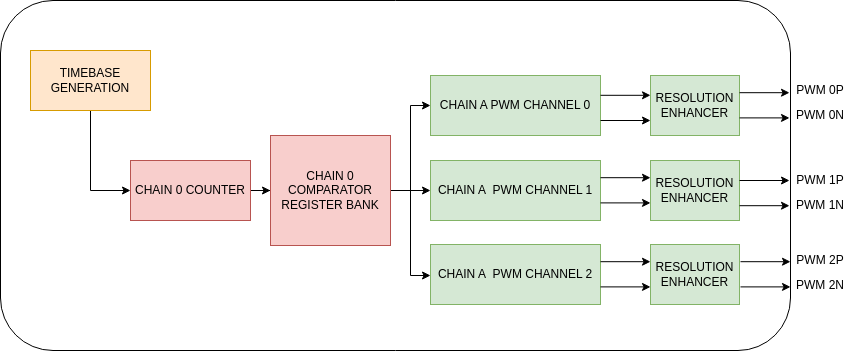
uscope-platform/uscope_hdl keeps this draw.io diagram as Applications/simple_vsi_base/docs/PWM.png. Above is the earlier version. Source tidied: cells renumbered, new cells last; positions are measured from the earlier drawing's top-left corner, leaving out a move shared by most shapes. The source it was exported from:
```xml
<mxGraphModel>
  <root>
    <mxCell id="0" />
    <mxCell id="1" parent="0" />
    <mxCell id="2" style="rounded=1;whiteSpace=wrap;html=1;" parent="1" vertex="1">
      <mxGeometry width="790" height="350" as="geometry" />
    </mxCell>
    <mxCell id="3" style="edgeStyle=orthogonalEdgeStyle;rounded=0;jettySize=auto;html=1;exitX=0.5;exitY=1;exitDx=0;exitDy=0;entryX=0;entryY=0.5;entryDx=0;entryDy=0;" parent="1" edge="1" source="4" target="6">
      <mxGeometry relative="1" as="geometry" />
    </mxCell>
    <mxCell id="4" value="TIMEBASE GENERATION" style="rounded=0;whiteSpace=wrap;html=1;fillColor=#ffe6cc;strokeColor=#d79b00;" parent="1" vertex="1">
      <mxGeometry x="30" y="50" width="120" height="60" as="geometry" />
    </mxCell>
    <mxCell id="5" style="edgeStyle=orthogonalEdgeStyle;rounded=0;jettySize=auto;html=1;" parent="1" edge="1" source="6" target="10">
      <mxGeometry relative="1" as="geometry" />
    </mxCell>
    <mxCell id="6" value="CHAIN 0 COUNTER" style="rounded=0;whiteSpace=wrap;html=1;fillColor=#f8cecc;strokeColor=#b85450;" parent="1" vertex="1">
      <mxGeometry x="130" y="160" width="120" height="60" as="geometry" />
    </mxCell>
    <mxCell id="7" style="edgeStyle=orthogonalEdgeStyle;rounded=0;jettySize=auto;html=1;exitX=1;exitY=0.5;exitDx=0;exitDy=0;" parent="1" edge="1" source="10" target="12">
      <mxGeometry relative="1" as="geometry" />
    </mxCell>
    <mxCell id="8" style="edgeStyle=orthogonalEdgeStyle;rounded=0;jettySize=auto;html=1;exitX=1;exitY=0.5;exitDx=0;exitDy=0;" parent="1" edge="1" source="10" target="13">
      <mxGeometry relative="1" as="geometry">
        <Array as="points">
          <mxPoint x="410" y="190" />
          <mxPoint x="410" y="275" />
        </Array>
      </mxGeometry>
    </mxCell>
    <mxCell id="9" style="edgeStyle=orthogonalEdgeStyle;rounded=0;jettySize=auto;html=1;exitX=1;exitY=0.5;exitDx=0;exitDy=0;" parent="1" edge="1" source="10" target="11">
      <mxGeometry relative="1" as="geometry" />
    </mxCell>
    <mxCell id="10" value="CHAIN 0 COMPARATOR REGISTER BANK" style="rounded=0;whiteSpace=wrap;html=1;fillColor=#f8cecc;strokeColor=#b85450;" parent="1" vertex="1">
      <mxGeometry x="270" y="135" width="120" height="110" as="geometry" />
    </mxCell>
    <mxCell id="11" value="CHAIN A PWM CHANNEL 0" style="rounded=0;whiteSpace=wrap;html=1;fillColor=#d5e8d4;strokeColor=#82b366;" parent="1" vertex="1">
      <mxGeometry x="430" y="75" width="170" height="60" as="geometry" />
    </mxCell>
    <mxCell id="12" value="CHAIN A&amp;nbsp; PWM CHANNEL 1" style="rounded=0;whiteSpace=wrap;html=1;fillColor=#d5e8d4;strokeColor=#82b366;" parent="1" vertex="1">
      <mxGeometry x="430" y="160" width="170" height="60" as="geometry" />
    </mxCell>
    <mxCell id="13" value="CHAIN A&amp;nbsp; PWM CHANNEL 2" style="rounded=0;whiteSpace=wrap;html=1;fillColor=#d5e8d4;strokeColor=#82b366;" parent="1" vertex="1">
      <mxGeometry x="430" y="244" width="170" height="60" as="geometry" />
    </mxCell>
    <mxCell id="14" value="RESOLUTION&lt;div&gt;ENHANCER&lt;/div&gt;" style="rounded=0;whiteSpace=wrap;html=1;fillColor=#d5e8d4;strokeColor=#82b366;" parent="1" vertex="1">
      <mxGeometry x="650" y="75" width="89" height="60" as="geometry" />
    </mxCell>
    <mxCell id="15" value="RESOLUTION&lt;div&gt;ENHANCER&lt;/div&gt;" style="rounded=0;whiteSpace=wrap;html=1;fillColor=#d5e8d4;strokeColor=#82b366;" parent="1" vertex="1">
      <mxGeometry x="650" y="160" width="89" height="60" as="geometry" />
    </mxCell>
    <mxCell id="16" value="RESOLUTION&lt;div&gt;ENHANCER&lt;/div&gt;" style="rounded=0;whiteSpace=wrap;html=1;fillColor=#d5e8d4;strokeColor=#82b366;" parent="1" vertex="1">
      <mxGeometry x="650" y="244" width="89" height="60" as="geometry" />
    </mxCell>
    <mxCell id="17" value="PWM 0P" style="text;html=1;align=center;verticalAlign=middle;whiteSpace=wrap;rounded=0;" parent="1" vertex="1">
      <mxGeometry x="790" y="75" width="60" height="30" as="geometry" />
    </mxCell>
    <mxCell id="18" style="edgeStyle=orthogonalEdgeStyle;rounded=0;orthogonalLoop=1;jettySize=auto;html=1;entryX=0;entryY=0.5;entryDx=0;entryDy=0;" parent="1" edge="1">
      <mxGeometry relative="1" as="geometry">
        <mxPoint x="600" y="120" as="sourcePoint" />
        <mxPoint x="650" y="120" as="targetPoint" />
      </mxGeometry>
    </mxCell>
    <mxCell id="19" style="edgeStyle=orthogonalEdgeStyle;rounded=0;orthogonalLoop=1;jettySize=auto;html=1;entryX=0;entryY=0.5;entryDx=0;entryDy=0;" parent="1" edge="1">
      <mxGeometry relative="1" as="geometry">
        <mxPoint x="600" y="94.8" as="sourcePoint" />
        <mxPoint x="650" y="94.8" as="targetPoint" />
      </mxGeometry>
    </mxCell>
    <mxCell id="20" style="edgeStyle=orthogonalEdgeStyle;rounded=0;orthogonalLoop=1;jettySize=auto;html=1;entryX=0;entryY=0.5;entryDx=0;entryDy=0;" parent="1" edge="1">
      <mxGeometry relative="1" as="geometry">
        <mxPoint x="600" y="202.4" as="sourcePoint" />
        <mxPoint x="650" y="202.4" as="targetPoint" />
      </mxGeometry>
    </mxCell>
    <mxCell id="21" style="edgeStyle=orthogonalEdgeStyle;rounded=0;orthogonalLoop=1;jettySize=auto;html=1;entryX=0;entryY=0.5;entryDx=0;entryDy=0;" parent="1" edge="1">
      <mxGeometry relative="1" as="geometry">
        <mxPoint x="600" y="177.2" as="sourcePoint" />
        <mxPoint x="650" y="177.2" as="targetPoint" />
      </mxGeometry>
    </mxCell>
    <mxCell id="22" style="edgeStyle=orthogonalEdgeStyle;rounded=0;orthogonalLoop=1;jettySize=auto;html=1;entryX=0;entryY=0.5;entryDx=0;entryDy=0;" parent="1" edge="1">
      <mxGeometry relative="1" as="geometry">
        <mxPoint x="600" y="286.4" as="sourcePoint" />
        <mxPoint x="650" y="286.4" as="targetPoint" />
      </mxGeometry>
    </mxCell>
    <mxCell id="23" style="edgeStyle=orthogonalEdgeStyle;rounded=0;orthogonalLoop=1;jettySize=auto;html=1;entryX=0;entryY=0.5;entryDx=0;entryDy=0;" parent="1" edge="1">
      <mxGeometry relative="1" as="geometry">
        <mxPoint x="600" y="261.2" as="sourcePoint" />
        <mxPoint x="650" y="261.2" as="targetPoint" />
      </mxGeometry>
    </mxCell>
    <mxCell id="24" style="edgeStyle=orthogonalEdgeStyle;rounded=0;orthogonalLoop=1;jettySize=auto;html=1;entryX=0;entryY=0.5;entryDx=0;entryDy=0;" parent="1" edge="1">
      <mxGeometry relative="1" as="geometry">
        <mxPoint x="739" y="117.4" as="sourcePoint" />
        <mxPoint x="789" y="117.4" as="targetPoint" />
      </mxGeometry>
    </mxCell>
    <mxCell id="25" style="edgeStyle=orthogonalEdgeStyle;rounded=0;orthogonalLoop=1;jettySize=auto;html=1;entryX=0;entryY=0.5;entryDx=0;entryDy=0;" parent="1" edge="1">
      <mxGeometry relative="1" as="geometry">
        <mxPoint x="739" y="92.2" as="sourcePoint" />
        <mxPoint x="789" y="92.2" as="targetPoint" />
      </mxGeometry>
    </mxCell>
    <mxCell id="26" style="edgeStyle=orthogonalEdgeStyle;rounded=0;orthogonalLoop=1;jettySize=auto;html=1;entryX=0;entryY=0.5;entryDx=0;entryDy=0;" parent="1" edge="1">
      <mxGeometry relative="1" as="geometry">
        <mxPoint x="739" y="205.2" as="sourcePoint" />
        <mxPoint x="789" y="205.2" as="targetPoint" />
      </mxGeometry>
    </mxCell>
    <mxCell id="27" style="edgeStyle=orthogonalEdgeStyle;rounded=0;orthogonalLoop=1;jettySize=auto;html=1;entryX=0;entryY=0.5;entryDx=0;entryDy=0;" parent="1" edge="1">
      <mxGeometry relative="1" as="geometry">
        <mxPoint x="739" y="180" as="sourcePoint" />
        <mxPoint x="789" y="180" as="targetPoint" />
      </mxGeometry>
    </mxCell>
    <mxCell id="28" style="edgeStyle=orthogonalEdgeStyle;rounded=0;orthogonalLoop=1;jettySize=auto;html=1;entryX=0;entryY=0.5;entryDx=0;entryDy=0;" parent="1" edge="1">
      <mxGeometry relative="1" as="geometry">
        <mxPoint x="740" y="286.4" as="sourcePoint" />
        <mxPoint x="790" y="286.4" as="targetPoint" />
      </mxGeometry>
    </mxCell>
    <mxCell id="29" style="edgeStyle=orthogonalEdgeStyle;rounded=0;orthogonalLoop=1;jettySize=auto;html=1;entryX=0;entryY=0.5;entryDx=0;entryDy=0;" parent="1" edge="1">
      <mxGeometry relative="1" as="geometry">
        <mxPoint x="740" y="261.2" as="sourcePoint" />
        <mxPoint x="790" y="261.2" as="targetPoint" />
      </mxGeometry>
    </mxCell>
    <mxCell id="30" value="PWM 0N" style="text;html=1;align=center;verticalAlign=middle;whiteSpace=wrap;rounded=0;" parent="1" vertex="1">
      <mxGeometry x="790" y="100" width="60" height="30" as="geometry" />
    </mxCell>
    <mxCell id="31" value="PWM 1P" style="text;html=1;align=center;verticalAlign=middle;whiteSpace=wrap;rounded=0;" parent="1" vertex="1">
      <mxGeometry x="790" y="165" width="60" height="30" as="geometry" />
    </mxCell>
    <mxCell id="32" value="PWM 1N" style="text;html=1;align=center;verticalAlign=middle;whiteSpace=wrap;rounded=0;" parent="1" vertex="1">
      <mxGeometry x="790" y="190" width="60" height="30" as="geometry" />
    </mxCell>
    <mxCell id="33" value="PWM 2P" style="text;html=1;align=center;verticalAlign=middle;whiteSpace=wrap;rounded=0;" parent="1" vertex="1">
      <mxGeometry x="790" y="245" width="60" height="30" as="geometry" />
    </mxCell>
    <mxCell id="34" value="PWM 2N" style="text;html=1;align=center;verticalAlign=middle;whiteSpace=wrap;rounded=0;" parent="1" vertex="1">
      <mxGeometry x="790" y="270" width="60" height="30" as="geometry" />
    </mxCell>
  </root>
</mxGraphModel>
```
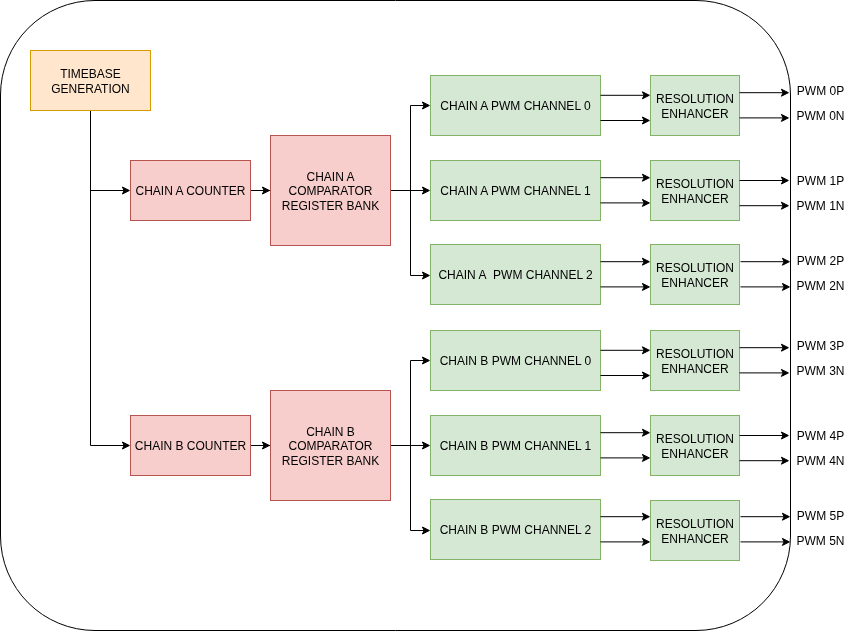
Later version of the same file.

Diff of the diagram source:
```diff
@@ -3,18 +3,21 @@
     <mxCell id="0" />
     <mxCell id="1" parent="0" />
     <mxCell id="2" style="rounded=1;whiteSpace=wrap;html=1;" parent="1" vertex="1">
-      <mxGeometry width="790" height="350" as="geometry" />
+      <mxGeometry width="790" height="630" as="geometry" />
     </mxCell>
     <mxCell id="3" style="edgeStyle=orthogonalEdgeStyle;rounded=0;jettySize=auto;html=1;exitX=0.5;exitY=1;exitDx=0;exitDy=0;entryX=0;entryY=0.5;entryDx=0;entryDy=0;" parent="1" edge="1" source="4" target="6">
       <mxGeometry relative="1" as="geometry" />
     </mxCell>
+    <mxCell id="35" style="edgeStyle=orthogonalEdgeStyle;rounded=0;jettySize=auto;html=1;exitX=0.5;exitY=1;exitDx=0;exitDy=0;entryX=0;entryY=0.5;entryDx=0;entryDy=0;" parent="1" edge="1" source="4" target="37">
+      <mxGeometry relative="1" as="geometry" />
+    </mxCell>
     <mxCell id="4" value="TIMEBASE GENERATION" style="rounded=0;whiteSpace=wrap;html=1;fillColor=#ffe6cc;strokeColor=#d79b00;" parent="1" vertex="1">
       <mxGeometry x="30" y="50" width="120" height="60" as="geometry" />
     </mxCell>
     <mxCell id="5" style="edgeStyle=orthogonalEdgeStyle;rounded=0;jettySize=auto;html=1;" parent="1" edge="1" source="6" target="10">
       <mxGeometry relative="1" as="geometry" />
     </mxCell>
-    <mxCell id="6" value="CHAIN 0 COUNTER" style="rounded=0;whiteSpace=wrap;html=1;fillColor=#f8cecc;strokeColor=#b85450;" parent="1" vertex="1">
+    <mxCell id="6" value="CHAIN A COUNTER" style="rounded=0;whiteSpace=wrap;html=1;fillColor=#f8cecc;strokeColor=#b85450;" parent="1" vertex="1">
       <mxGeometry x="130" y="160" width="120" height="60" as="geometry" />
     </mxCell>
     <mxCell id="7" style="edgeStyle=orthogonalEdgeStyle;rounded=0;jettySize=auto;html=1;exitX=1;exitY=0.5;exitDx=0;exitDy=0;" parent="1" edge="1" source="10" target="12">
@@ -31,13 +34,13 @@
     <mxCell id="9" style="edgeStyle=orthogonalEdgeStyle;rounded=0;jettySize=auto;html=1;exitX=1;exitY=0.5;exitDx=0;exitDy=0;" parent="1" edge="1" source="10" target="11">
       <mxGeometry relative="1" as="geometry" />
     </mxCell>
-    <mxCell id="10" value="CHAIN 0 COMPARATOR REGISTER BANK" style="rounded=0;whiteSpace=wrap;html=1;fillColor=#f8cecc;strokeColor=#b85450;" parent="1" vertex="1">
+    <mxCell id="10" value="CHAIN A COMPARATOR REGISTER BANK" style="rounded=0;whiteSpace=wrap;html=1;fillColor=#f8cecc;strokeColor=#b85450;" parent="1" vertex="1">
       <mxGeometry x="270" y="135" width="120" height="110" as="geometry" />
     </mxCell>
     <mxCell id="11" value="CHAIN A PWM CHANNEL 0" style="rounded=0;whiteSpace=wrap;html=1;fillColor=#d5e8d4;strokeColor=#82b366;" parent="1" vertex="1">
       <mxGeometry x="430" y="75" width="170" height="60" as="geometry" />
     </mxCell>
-    <mxCell id="12" value="CHAIN A&amp;nbsp; PWM CHANNEL 1" style="rounded=0;whiteSpace=wrap;html=1;fillColor=#d5e8d4;strokeColor=#82b366;" parent="1" vertex="1">
+    <mxCell id="12" value="CHAIN A PWM CHANNEL 1" style="rounded=0;whiteSpace=wrap;html=1;fillColor=#d5e8d4;strokeColor=#82b366;" parent="1" vertex="1">
       <mxGeometry x="430" y="160" width="170" height="60" as="geometry" />
     </mxCell>
     <mxCell id="13" value="CHAIN A&amp;nbsp; PWM CHANNEL 2" style="rounded=0;whiteSpace=wrap;html=1;fillColor=#d5e8d4;strokeColor=#82b366;" parent="1" vertex="1">
@@ -142,5 +145,136 @@
     <mxCell id="34" value="PWM 2N" style="text;html=1;align=center;verticalAlign=middle;whiteSpace=wrap;rounded=0;" parent="1" vertex="1">
       <mxGeometry x="790" y="270" width="60" height="30" as="geometry" />
     </mxCell>
+    <mxCell id="36" style="edgeStyle=orthogonalEdgeStyle;rounded=0;jettySize=auto;html=1;" parent="1" edge="1" source="37" target="41">
+      <mxGeometry relative="1" as="geometry" />
+    </mxCell>
+    <mxCell id="37" value="CHAIN B COUNTER" style="rounded=0;whiteSpace=wrap;html=1;fillColor=#f8cecc;strokeColor=#b85450;" parent="1" vertex="1">
+      <mxGeometry x="130" y="415" width="120" height="60" as="geometry" />
+    </mxCell>
+    <mxCell id="38" style="edgeStyle=orthogonalEdgeStyle;rounded=0;jettySize=auto;html=1;exitX=1;exitY=0.5;exitDx=0;exitDy=0;" parent="1" edge="1" source="41" target="43">
+      <mxGeometry relative="1" as="geometry" />
+    </mxCell>
+    <mxCell id="39" style="edgeStyle=orthogonalEdgeStyle;rounded=0;jettySize=auto;html=1;exitX=1;exitY=0.5;exitDx=0;exitDy=0;" parent="1" edge="1" source="41" target="44">
+      <mxGeometry relative="1" as="geometry">
+        <Array as="points">
+          <mxPoint x="410" y="445" />
+          <mxPoint x="410" y="530" />
+        </Array>
+      </mxGeometry>
+    </mxCell>
+    <mxCell id="40" style="edgeStyle=orthogonalEdgeStyle;rounded=0;jettySize=auto;html=1;exitX=1;exitY=0.5;exitDx=0;exitDy=0;" parent="1" edge="1" source="41" target="42">
+      <mxGeometry relative="1" as="geometry" />
+    </mxCell>
+    <mxCell id="41" value="CHAIN B COMPARATOR REGISTER BANK" style="rounded=0;whiteSpace=wrap;html=1;fillColor=#f8cecc;strokeColor=#b85450;" parent="1" vertex="1">
+      <mxGeometry x="270" y="390" width="120" height="110" as="geometry" />
+    </mxCell>
+    <mxCell id="42" value="CHAIN B PWM CHANNEL 0" style="rounded=0;whiteSpace=wrap;html=1;fillColor=#d5e8d4;strokeColor=#82b366;" parent="1" vertex="1">
+      <mxGeometry x="430" y="330" width="170" height="60" as="geometry" />
+    </mxCell>
+    <mxCell id="43" value="CHAIN B PWM CHANNEL 1" style="rounded=0;whiteSpace=wrap;html=1;fillColor=#d5e8d4;strokeColor=#82b366;" parent="1" vertex="1">
+      <mxGeometry x="430" y="415" width="170" height="60" as="geometry" />
+    </mxCell>
+    <mxCell id="44" value="CHAIN B PWM CHANNEL 2" style="rounded=0;whiteSpace=wrap;html=1;fillColor=#d5e8d4;strokeColor=#82b366;" parent="1" vertex="1">
+      <mxGeometry x="430" y="499" width="170" height="60" as="geometry" />
+    </mxCell>
+    <mxCell id="45" value="RESOLUTION&lt;div&gt;ENHANCER&lt;/div&gt;" style="rounded=0;whiteSpace=wrap;html=1;fillColor=#d5e8d4;strokeColor=#82b366;" parent="1" vertex="1">
+      <mxGeometry x="650" y="330" width="89" height="60" as="geometry" />
+    </mxCell>
+    <mxCell id="46" value="RESOLUTION&lt;div&gt;ENHANCER&lt;/div&gt;" style="rounded=0;whiteSpace=wrap;html=1;fillColor=#d5e8d4;strokeColor=#82b366;" parent="1" vertex="1">
+      <mxGeometry x="650" y="415" width="89" height="60" as="geometry" />
+    </mxCell>
+    <mxCell id="47" value="PWM 3P" style="text;html=1;align=center;verticalAlign=middle;whiteSpace=wrap;rounded=0;" parent="1" vertex="1">
+      <mxGeometry x="790" y="330" width="60" height="30" as="geometry" />
+    </mxCell>
+    <mxCell id="48" style="edgeStyle=orthogonalEdgeStyle;rounded=0;orthogonalLoop=1;jettySize=auto;html=1;entryX=0;entryY=0.5;entryDx=0;entryDy=0;" parent="1" edge="1">
+      <mxGeometry relative="1" as="geometry">
+        <mxPoint x="600" y="375" as="sourcePoint" />
+        <mxPoint x="650" y="375" as="targetPoint" />
+      </mxGeometry>
+    </mxCell>
+    <mxCell id="49" style="edgeStyle=orthogonalEdgeStyle;rounded=0;orthogonalLoop=1;jettySize=auto;html=1;entryX=0;entryY=0.5;entryDx=0;entryDy=0;" parent="1" edge="1">
+      <mxGeometry relative="1" as="geometry">
+        <mxPoint x="600" y="349.8" as="sourcePoint" />
+        <mxPoint x="650" y="349.8" as="targetPoint" />
+      </mxGeometry>
+    </mxCell>
+    <mxCell id="50" style="edgeStyle=orthogonalEdgeStyle;rounded=0;orthogonalLoop=1;jettySize=auto;html=1;entryX=0;entryY=0.5;entryDx=0;entryDy=0;" parent="1" edge="1">
+      <mxGeometry relative="1" as="geometry">
+        <mxPoint x="600" y="457.4" as="sourcePoint" />
+        <mxPoint x="650" y="457.4" as="targetPoint" />
+      </mxGeometry>
+    </mxCell>
+    <mxCell id="51" style="edgeStyle=orthogonalEdgeStyle;rounded=0;orthogonalLoop=1;jettySize=auto;html=1;entryX=0;entryY=0.5;entryDx=0;entryDy=0;" parent="1" edge="1">
+      <mxGeometry relative="1" as="geometry">
+        <mxPoint x="600" y="432.2" as="sourcePoint" />
+        <mxPoint x="650" y="432.2" as="targetPoint" />
+      </mxGeometry>
+    </mxCell>
+    <mxCell id="52" style="edgeStyle=orthogonalEdgeStyle;rounded=0;orthogonalLoop=1;jettySize=auto;html=1;entryX=0;entryY=0.5;entryDx=0;entryDy=0;" parent="1" edge="1">
+      <mxGeometry relative="1" as="geometry">
+        <mxPoint x="600" y="541.4" as="sourcePoint" />
+        <mxPoint x="650" y="541.4" as="targetPoint" />
+      </mxGeometry>
+    </mxCell>
+    <mxCell id="53" style="edgeStyle=orthogonalEdgeStyle;rounded=0;orthogonalLoop=1;jettySize=auto;html=1;entryX=0;entryY=0.5;entryDx=0;entryDy=0;" parent="1" edge="1">
+      <mxGeometry relative="1" as="geometry">
+        <mxPoint x="600" y="516.2" as="sourcePoint" />
+        <mxPoint x="650" y="516.2" as="targetPoint" />
+      </mxGeometry>
+    </mxCell>
+    <mxCell id="54" style="edgeStyle=orthogonalEdgeStyle;rounded=0;orthogonalLoop=1;jettySize=auto;html=1;entryX=0;entryY=0.5;entryDx=0;entryDy=0;" parent="1" edge="1">
+      <mxGeometry relative="1" as="geometry">
+        <mxPoint x="739" y="372.4" as="sourcePoint" />
+        <mxPoint x="789" y="372.4" as="targetPoint" />
+      </mxGeometry>
+    </mxCell>
+    <mxCell id="55" style="edgeStyle=orthogonalEdgeStyle;rounded=0;orthogonalLoop=1;jettySize=auto;html=1;entryX=0;entryY=0.5;entryDx=0;entryDy=0;" parent="1" edge="1">
+      <mxGeometry relative="1" as="geometry">
+        <mxPoint x="739" y="347.2" as="sourcePoint" />
+        <mxPoint x="789" y="347.2" as="targetPoint" />
+      </mxGeometry>
+    </mxCell>
+    <mxCell id="56" style="edgeStyle=orthogonalEdgeStyle;rounded=0;orthogonalLoop=1;jettySize=auto;html=1;entryX=0;entryY=0.5;entryDx=0;entryDy=0;" parent="1" edge="1">
+      <mxGeometry relative="1" as="geometry">
+        <mxPoint x="739" y="460.2" as="sourcePoint" />
+        <mxPoint x="789" y="460.2" as="targetPoint" />
+      </mxGeometry>
+    </mxCell>
+    <mxCell id="57" style="edgeStyle=orthogonalEdgeStyle;rounded=0;orthogonalLoop=1;jettySize=auto;html=1;entryX=0;entryY=0.5;entryDx=0;entryDy=0;" parent="1" edge="1">
+      <mxGeometry relative="1" as="geometry">
+        <mxPoint x="739" y="435" as="sourcePoint" />
+        <mxPoint x="789" y="435" as="targetPoint" />
+      </mxGeometry>
+    </mxCell>
+    <mxCell id="58" style="edgeStyle=orthogonalEdgeStyle;rounded=0;orthogonalLoop=1;jettySize=auto;html=1;entryX=0;entryY=0.5;entryDx=0;entryDy=0;" parent="1" edge="1">
+      <mxGeometry relative="1" as="geometry">
+        <mxPoint x="740" y="541.4" as="sourcePoint" />
+        <mxPoint x="790" y="541.4" as="targetPoint" />
+      </mxGeometry>
+    </mxCell>
+    <mxCell id="59" style="edgeStyle=orthogonalEdgeStyle;rounded=0;orthogonalLoop=1;jettySize=auto;html=1;entryX=0;entryY=0.5;entryDx=0;entryDy=0;" parent="1" edge="1">
+      <mxGeometry relative="1" as="geometry">
+        <mxPoint x="740" y="516.2" as="sourcePoint" />
+        <mxPoint x="790" y="516.2" as="targetPoint" />
+      </mxGeometry>
+    </mxCell>
+    <mxCell id="60" value="PWM 3N" style="text;html=1;align=center;verticalAlign=middle;whiteSpace=wrap;rounded=0;" parent="1" vertex="1">
+      <mxGeometry x="790" y="355" width="60" height="30" as="geometry" />
+    </mxCell>
+    <mxCell id="61" value="PWM 4P" style="text;html=1;align=center;verticalAlign=middle;whiteSpace=wrap;rounded=0;" parent="1" vertex="1">
+      <mxGeometry x="790" y="420" width="60" height="30" as="geometry" />
+    </mxCell>
+    <mxCell id="62" value="PWM 4N" style="text;html=1;align=center;verticalAlign=middle;whiteSpace=wrap;rounded=0;" parent="1" vertex="1">
+      <mxGeometry x="790" y="445" width="60" height="30" as="geometry" />
+    </mxCell>
+    <mxCell id="63" value="PWM 5P" style="text;html=1;align=center;verticalAlign=middle;whiteSpace=wrap;rounded=0;" parent="1" vertex="1">
+      <mxGeometry x="790" y="500" width="60" height="30" as="geometry" />
+    </mxCell>
+    <mxCell id="64" value="PWM 5N" style="text;html=1;align=center;verticalAlign=middle;whiteSpace=wrap;rounded=0;" parent="1" vertex="1">
+      <mxGeometry x="790" y="525" width="60" height="30" as="geometry" />
+    </mxCell>
+    <mxCell id="65" value="RESOLUTION&lt;div&gt;ENHANCER&lt;/div&gt;" style="rounded=0;whiteSpace=wrap;html=1;fillColor=#d5e8d4;strokeColor=#82b366;" parent="1" vertex="1">
+      <mxGeometry x="650" y="500" width="89" height="60" as="geometry" />
+    </mxCell>
   </root>
 </mxGraphModel>
```
